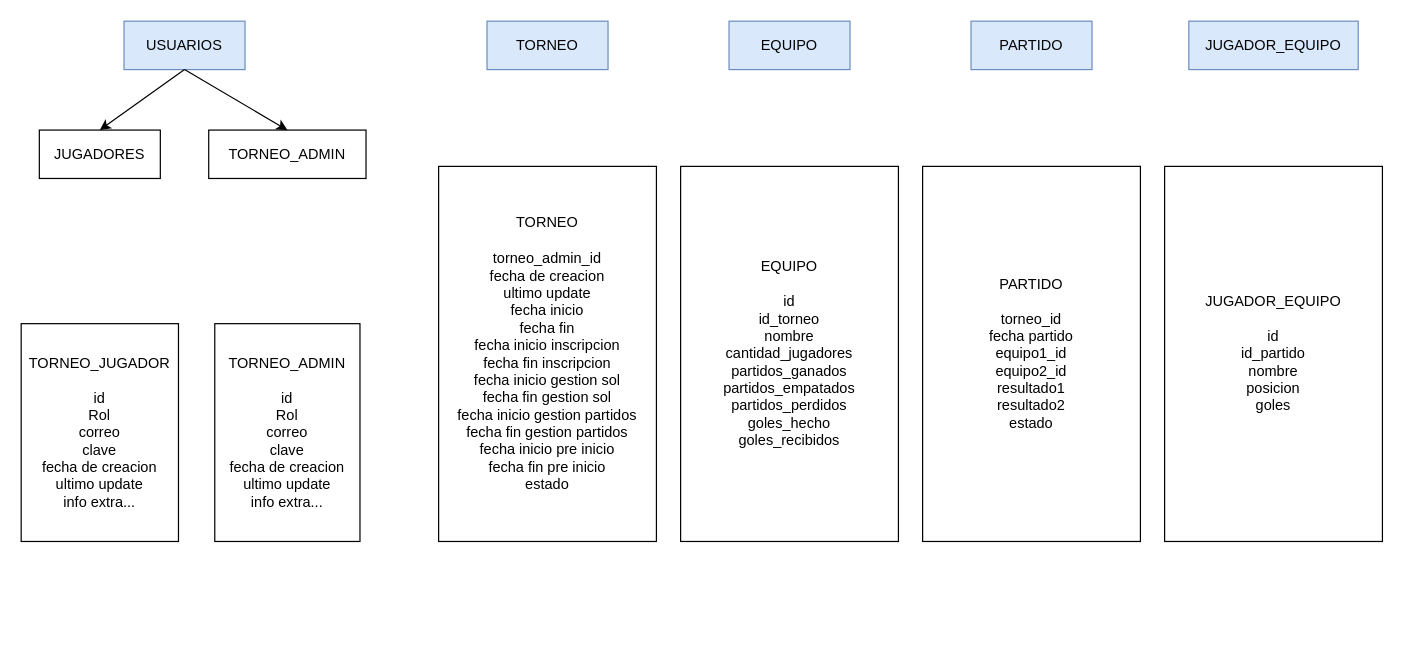
Earlier version of the draw.io diagram page "DB" (5 of 5) of Untitled Diagram.drawio (JosephBaquerizo/kruger-challenge). Source tidied: cells renumbered, new cells numbered last; positions are measured from the earlier drawing's top-left corner, leaving out a move shared by most shapes. Both pictures are drawn from the tidied source at 121%, with x=0, y=0 at pixel (21, 21).
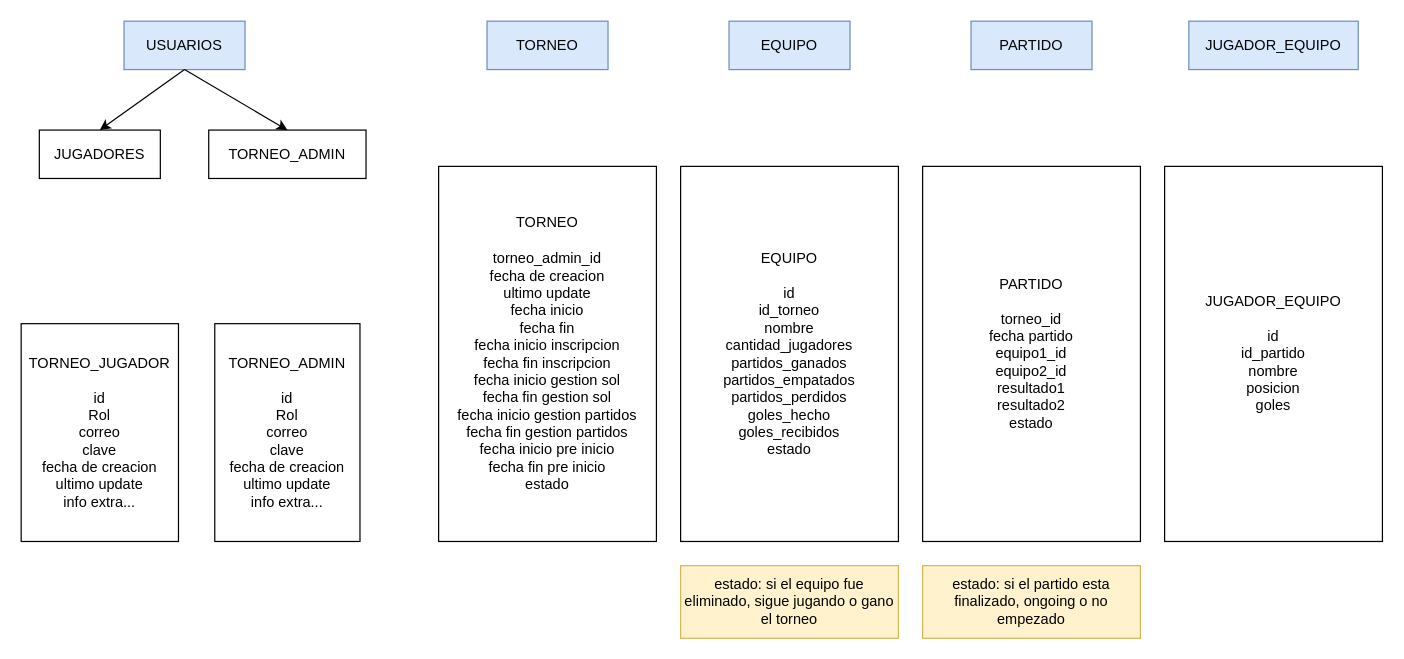
The same diagram, later.

What changed in the source:
```diff
@@
 <mxGraphModel>
   <root>
     <mxCell id="0" />
     <mxCell id="1" parent="0" />
     <mxCell id="2" value="USUARIOS" style="rounded=0;whiteSpace=wrap;html=1;fillColor=#dae8fc;strokeColor=#6c8ebf;" parent="1" vertex="1">
       <mxGeometry x="85" width="100" height="40" as="geometry" />
     </mxCell>
     <mxCell id="3" value="JUGADORES" style="rounded=0;whiteSpace=wrap;html=1;" parent="1" vertex="1">
       <mxGeometry x="15" y="90" width="100" height="40" as="geometry" />
     </mxCell>
     <mxCell id="4" value="TORNEO_ADMIN" style="rounded=0;whiteSpace=wrap;html=1;" parent="1" vertex="1">
       <mxGeometry x="155" y="90" width="130" height="40" as="geometry" />
     </mxCell>
     <mxCell id="5" style="endArrow=classic;html=1;rounded=0;exitX=0.5;exitY=1;exitDx=0;exitDy=0;entryX=0.5;entryY=0;entryDx=0;entryDy=0;" parent="1" edge="1" source="2" target="3">
       <mxGeometry relative="1" as="geometry" />
     </mxCell>
     <mxCell id="6" style="endArrow=classic;html=1;rounded=0;exitX=0.5;exitY=1;exitDx=0;exitDy=0;entryX=0.5;entryY=0;entryDx=0;entryDy=0;" parent="1" edge="1" source="2" target="4">
       <mxGeometry relative="1" as="geometry" />
     </mxCell>
     <mxCell id="7" value="TORNEO" style="rounded=0;whiteSpace=wrap;html=1;fillColor=#dae8fc;strokeColor=#6c8ebf;" parent="1" vertex="1">
       <mxGeometry x="385" width="100" height="40" as="geometry" />
     </mxCell>
     <mxCell id="8" value="EQUIPO" style="rounded=0;whiteSpace=wrap;html=1;fillColor=#dae8fc;strokeColor=#6c8ebf;" parent="1" vertex="1">
       <mxGeometry x="585" width="100" height="40" as="geometry" />
     </mxCell>
     <mxCell id="9" value="TORNEO_JUGADOR&lt;br&gt;&lt;br&gt;id&lt;br&gt;Rol&lt;br&gt;correo&lt;br&gt;&lt;div&gt;clave&lt;/div&gt;&lt;div&gt;fecha de creacion&lt;/div&gt;&lt;div&gt;ultimo update&lt;/div&gt;&lt;div&gt;info extra...&lt;br&gt;&lt;/div&gt;" style="rounded=0;whiteSpace=wrap;html=1;" parent="1" vertex="1">
       <mxGeometry y="250" width="130" height="180" as="geometry" />
     </mxCell>
     <mxCell id="10" value="TORNEO_ADMIN&lt;br&gt;&lt;br&gt;id&lt;br&gt;Rol&lt;br&gt;correo&lt;br&gt;clave&lt;br&gt;fecha de creacion&lt;br&gt;ultimo update&lt;br&gt;info extra..." style="rounded=0;whiteSpace=wrap;html=1;" parent="1" vertex="1">
       <mxGeometry x="160" y="250" width="120" height="180" as="geometry" />
     </mxCell>
     <mxCell id="11" value="TORNEO&lt;br&gt;&lt;br&gt;&lt;div&gt;torneo_admin_id&lt;/div&gt;&lt;div&gt;fecha de creacion&lt;br&gt;ultimo update&lt;/div&gt;&lt;div&gt;fecha inicio&lt;/div&gt;&lt;div&gt;fecha fin&lt;br&gt;&lt;/div&gt;&lt;div&gt;fecha inicio inscripcion&lt;/div&gt;&lt;div&gt;fecha fin inscripcion&lt;/div&gt;&lt;div&gt;fecha inicio gestion sol&lt;br&gt;&lt;/div&gt;&lt;div&gt;fecha fin gestion sol&lt;/div&gt;&lt;div&gt;fecha inicio gestion partidos&lt;/div&gt;&lt;div&gt;fecha fin gestion partidos&lt;/div&gt;&lt;div&gt;fecha inicio pre inicio&lt;/div&gt;&lt;div&gt;fecha fin pre inicio&lt;br&gt;&lt;/div&gt;&lt;div&gt;estado&lt;br&gt;&lt;/div&gt;" style="rounded=0;whiteSpace=wrap;html=1;" parent="1" vertex="1">
       <mxGeometry x="345" y="120" width="180" height="310" as="geometry" />
     </mxCell>
     <mxCell id="12" value="PARTIDO&lt;br&gt;&lt;br&gt;&lt;div&gt;torneo_id&lt;br&gt;&lt;/div&gt;&lt;div&gt;fecha partido&lt;/div&gt;&lt;div&gt;equipo1_id&lt;/div&gt;&lt;div&gt;equipo2_id&lt;/div&gt;&lt;div&gt;resultado1&lt;/div&gt;&lt;div&gt;resultado2&lt;/div&gt;&lt;div&gt;estado&lt;br&gt;&lt;/div&gt;" style="rounded=0;whiteSpace=wrap;html=1;" parent="1" vertex="1">
       <mxGeometry x="745" y="120" width="180" height="310" as="geometry" />
     </mxCell>
     <mxCell id="13" value="PARTIDO" style="rounded=0;whiteSpace=wrap;html=1;fillColor=#dae8fc;strokeColor=#6c8ebf;" parent="1" vertex="1">
       <mxGeometry x="785" width="100" height="40" as="geometry" />
     </mxCell>
-    <mxCell id="14" value="EQUIPO&lt;br&gt;&lt;br&gt;id&lt;br&gt;id_torneo&lt;br&gt;nombre&lt;br&gt;cantidad_jugadores&lt;br&gt;partidos_ganados&lt;br&gt;partidos_empatados&lt;br&gt;partidos_perdidos&lt;br&gt;goles_hecho&lt;br&gt;goles_recibidos" style="rounded=0;whiteSpace=wrap;html=1;" parent="1" vertex="1">
+    <mxCell id="14" value="EQUIPO&lt;br&gt;&lt;br&gt;id&lt;br&gt;id_torneo&lt;br&gt;nombre&lt;br&gt;cantidad_jugadores&lt;br&gt;partidos_ganados&lt;br&gt;partidos_empatados&lt;br&gt;partidos_perdidos&lt;br&gt;goles_hecho&lt;br&gt;goles_recibidos&lt;br&gt;estado" style="rounded=0;whiteSpace=wrap;html=1;" parent="1" vertex="1">
       <mxGeometry x="545" y="120" width="180" height="310" as="geometry" />
     </mxCell>
     <mxCell id="15" value="JUGADOR_EQUIPO" style="rounded=0;whiteSpace=wrap;html=1;fillColor=#dae8fc;strokeColor=#6c8ebf;" parent="1" vertex="1">
       <mxGeometry x="965" width="140" height="40" as="geometry" />
     </mxCell>
     <mxCell id="16" value="JUGADOR_EQUIPO&lt;br&gt;&lt;br&gt;&lt;div&gt;id&lt;/div&gt;&lt;div&gt;id_partido&lt;br&gt;nombre&lt;br&gt;posicion&lt;br&gt;goles&lt;br&gt;&lt;/div&gt;" style="rounded=0;whiteSpace=wrap;html=1;" parent="1" vertex="1">
       <mxGeometry x="945" y="120" width="180" height="310" as="geometry" />
     </mxCell>
+    <mxCell id="17" value="estado: si el equipo fue eliminado, sigue jugando o gano el torneo" style="rounded=0;whiteSpace=wrap;html=1;fillColor=#fff2cc;strokeColor=#d6b656;" parent="1" vertex="1">
+      <mxGeometry x="545" y="450" width="180" height="60" as="geometry" />
+    </mxCell>
+    <mxCell id="18" value="estado: si el partido esta finalizado, ongoing o no empezado" style="rounded=0;whiteSpace=wrap;html=1;fillColor=#fff2cc;strokeColor=#d6b656;" parent="1" vertex="1">
+      <mxGeometry x="745" y="450" width="180" height="60" as="geometry" />
+    </mxCell>
   </root>
 </mxGraphModel>
```
